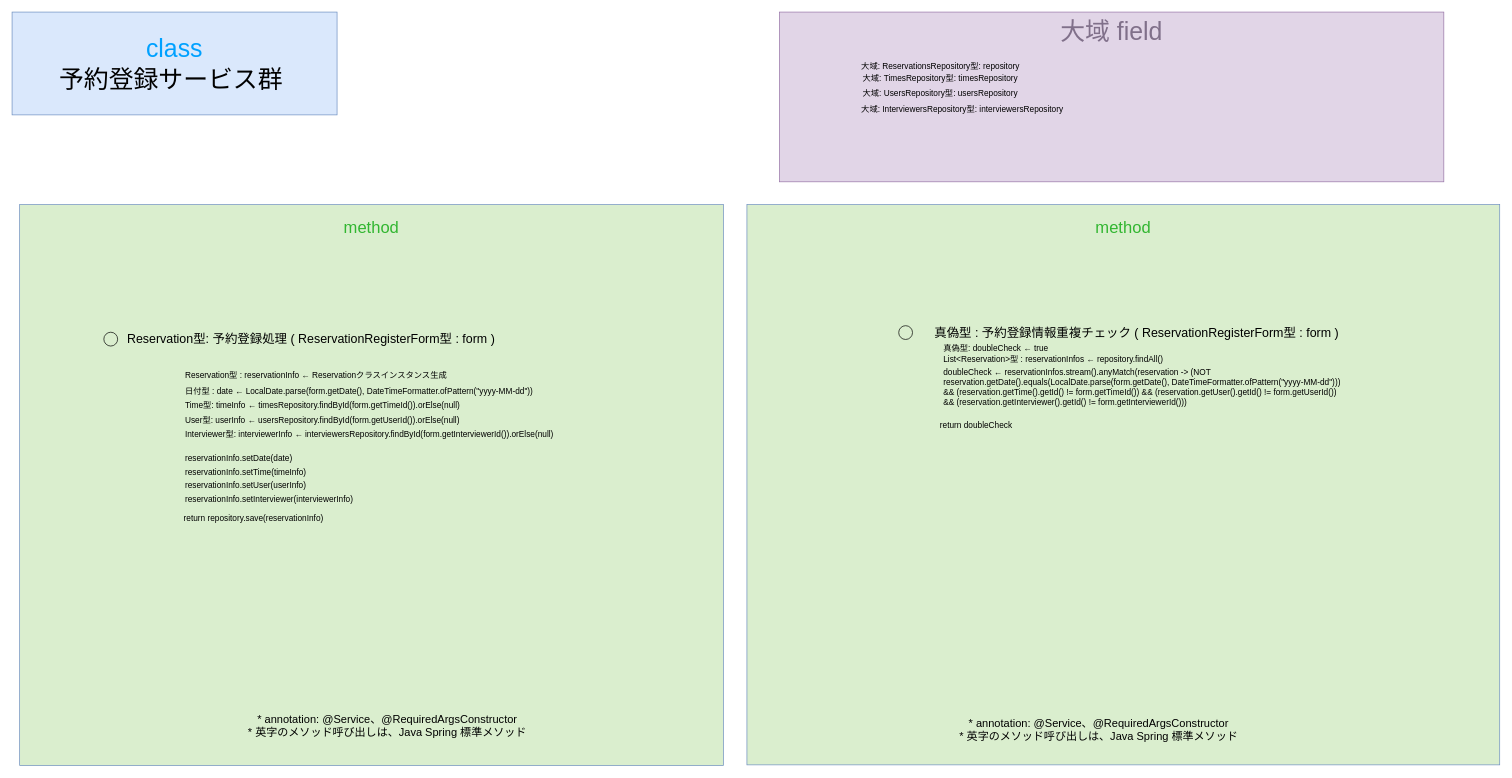
tro319/meeting_reservation_system keeps this draw.io diagram as gijigengo/service/user/meeting_reservation_sys service_user ReservationRegisterService クラス 疑似言語.drawio. Above is the earlier version. Source tidied: cells renumbered, new cells numbered last; positions are measured from the earlier drawing's top-left corner, leaving out a move shared by most shapes. Both pictures are drawn from the tidied source at 69%, with x=0, y=0 at pixel (12, 12).
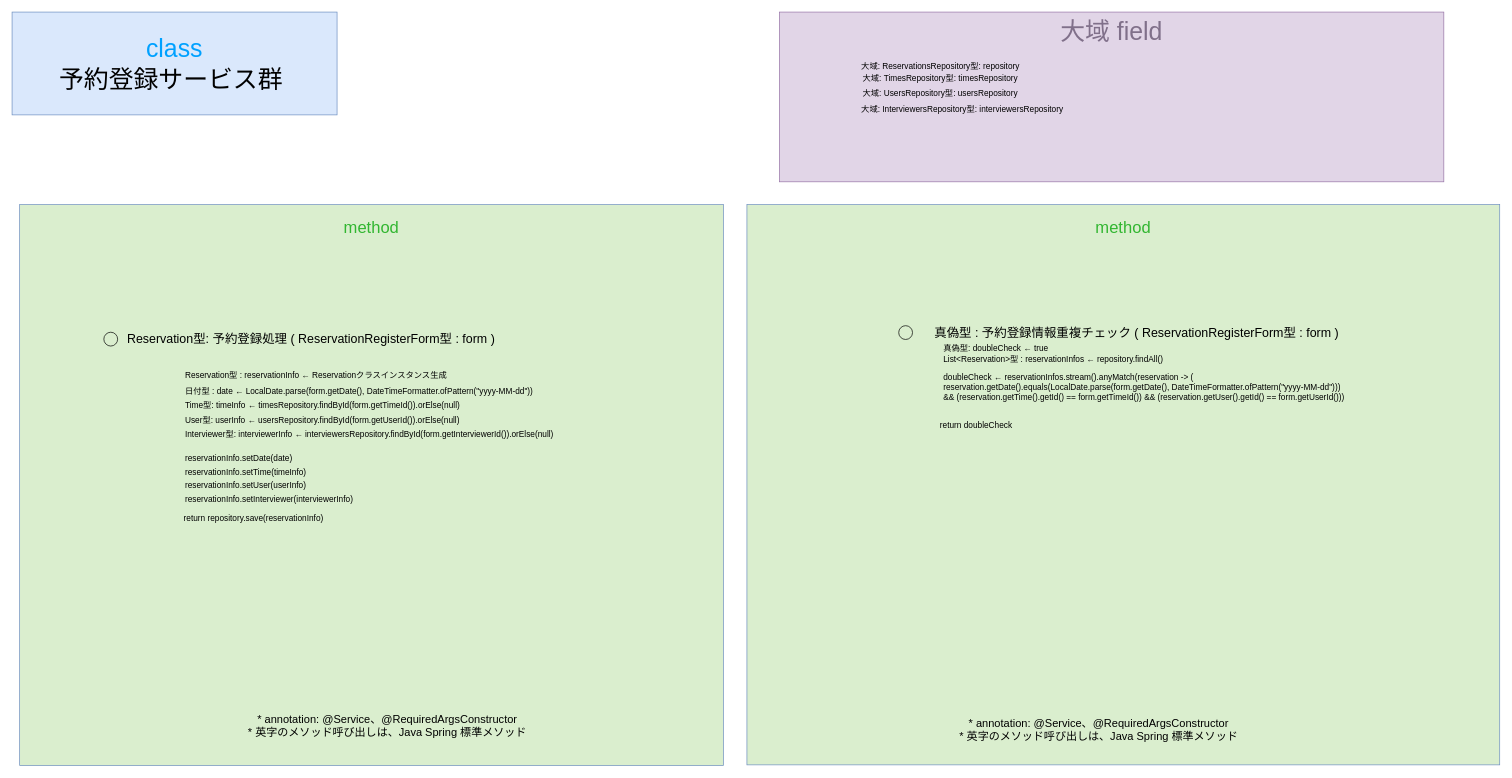
Above is the later version.

Change to the diagram source:
```diff
@@
-    <mxCell id="29" value="&lt;div&gt;&lt;span style=&quot;color: rgb(0, 0, 0);&quot;&gt;&lt;font&gt;doubleCheck ← reservationInfos.stream().anyMatch(reservation -&amp;gt; (NOT reservation.getDate().equals(LocalDate.parse(form.getDate(), DateTimeFormatter.ofPattern(&quot;yyyy-MM-dd&quot;))) &amp;amp;&amp;amp; (reservation.getTime().getId() != form.getTimeId()) &amp;amp;&amp;amp; (reservation.getUser().getId() != form.getUserId()) &amp;amp;&amp;amp; (reservation.getInterviewer().getId() != form.getInterviewerId()))&lt;/font&gt;&lt;/span&gt;&lt;/div&gt;" style="text;html=1;whiteSpace=wrap;strokeColor=none;fillColor=none;align=left;verticalAlign=middle;rounded=0;fontSize=12;" parent="1" vertex="1">
+    <mxCell id="29" value="&lt;div&gt;&lt;span style=&quot;color: rgb(0, 0, 0);&quot;&gt;&lt;font&gt;doubleCheck ← reservationInfos.stream().anyMatch(reservation -&amp;gt; ( reservation.getDate().equals(LocalDate.parse(form.getDate(), DateTimeFormatter.ofPattern(&quot;yyyy-MM-dd&quot;))) &amp;amp;&amp;amp; (reservation.getTime().getId() == form.getTimeId()) &amp;amp;&amp;amp; (reservation.getUser().getId() == form.getUserId()))&lt;/font&gt;&lt;/span&gt;&lt;/div&gt;" style="text;html=1;whiteSpace=wrap;strokeColor=none;fillColor=none;align=left;verticalAlign=middle;rounded=0;fontSize=12;" parent="1" vertex="1">
       <mxGeometry x="1348" y="529" width="590" height="30" as="geometry" />
     </mxCell>
```
